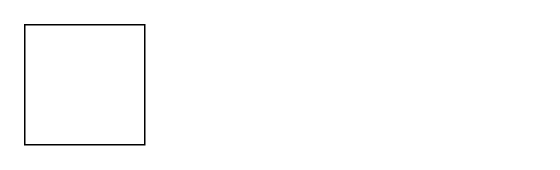
This is img/未命名绘图.drawio from cannian-py/gallery, a draw.io file, before an edit. Source tidied: cells renumbered, new cells numbered last; positions are measured from the earlier drawing's top-left corner, leaving out a move shared by most shapes. Both pictures are drawn from the tidied source at 150%, with x=0, y=0 at pixel (24, 24).
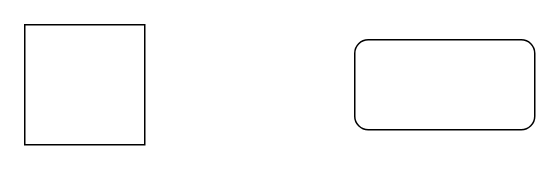
The same page after the edit.

Commit message:
更新未命名绘图.drawio

The edit, as a diff of the source:
```diff
@@
 <mxGraphModel>
   <root>
     <mxCell id="0" />
     <mxCell id="1" parent="0" />
     <mxCell id="2" style="whiteSpace=wrap;html=1;" parent="1" vertex="1">
       <mxGeometry width="80" height="80" as="geometry" />
     </mxCell>
+    <mxCell id="3" style="rounded=1;whiteSpace=wrap;html=1;" parent="1" vertex="1">
+      <mxGeometry x="220" y="10" width="120" height="60" as="geometry" />
+    </mxCell>
   </root>
 </mxGraphModel>
```
